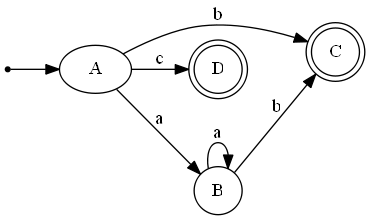
Before: View/Determinista.gv.png, a diagram exported from Graphviz (FabianPalacios/Automatas). Its source is kept beside it as View/Determinista.gv. Source of this version:
```dot
digraph Determinista {
	rankdir=LR size="8,5"
	ini [shape=point]
	ini -> A
	node [shape=doublecircle]
	C
	node [shape=doublecircle]
	D
	node [shape=circle]
	A -> B [label=a]
	A -> C [label=b]
	A -> D [label=c]
	B -> B [label=a]
	B -> C [label=b]
}
```
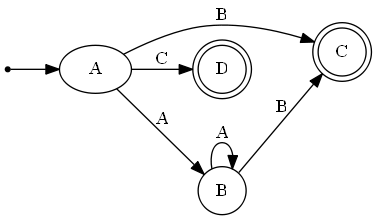
After the commit.

The edit, as a diff of the source:
```diff
@@ -7,9 +7,9 @@
 	node [shape=doublecircle]
 	D
 	node [shape=circle]
-	A -> B [label=a]
-	A -> C [label=b]
-	A -> D [label=c]
-	B -> B [label=a]
-	B -> C [label=b]
+	A -> B [label=A]
+	A -> C [label=B]
+	A -> D [label=C]
+	B -> B [label=A]
+	B -> C [label=B]
 }
```
